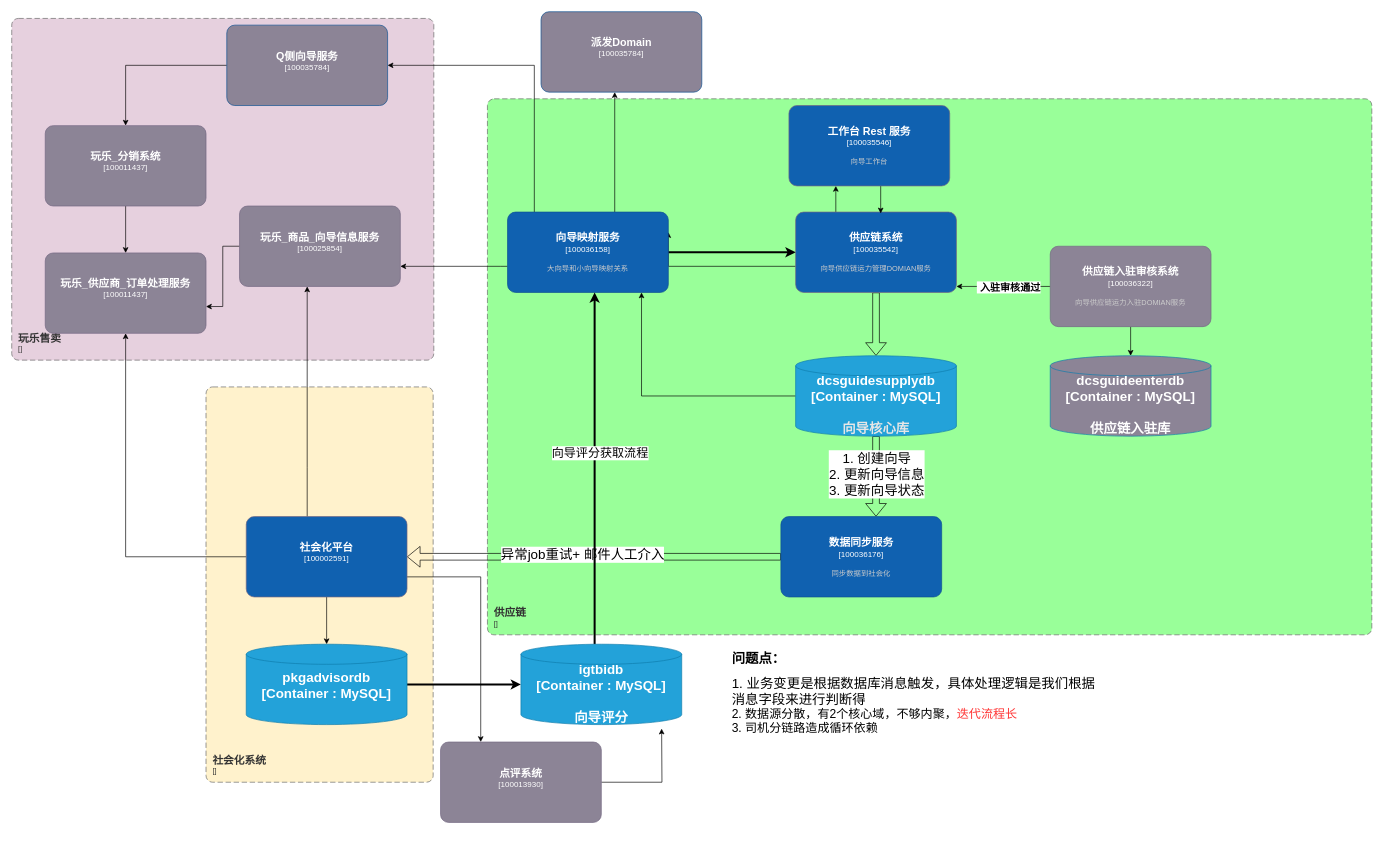
The draw.io diagram page "同步流程" (3 of 4) of 向导.drawio in leonwcy/test, before the edit. Source tidied: cells renumbered, new cells numbered last; positions are measured from the earlier drawing's top-left corner, leaving out a move shared by most shapes. Both pictures are drawn from the tidied source at 67%, with x=0, y=0 at pixel (11, 11).
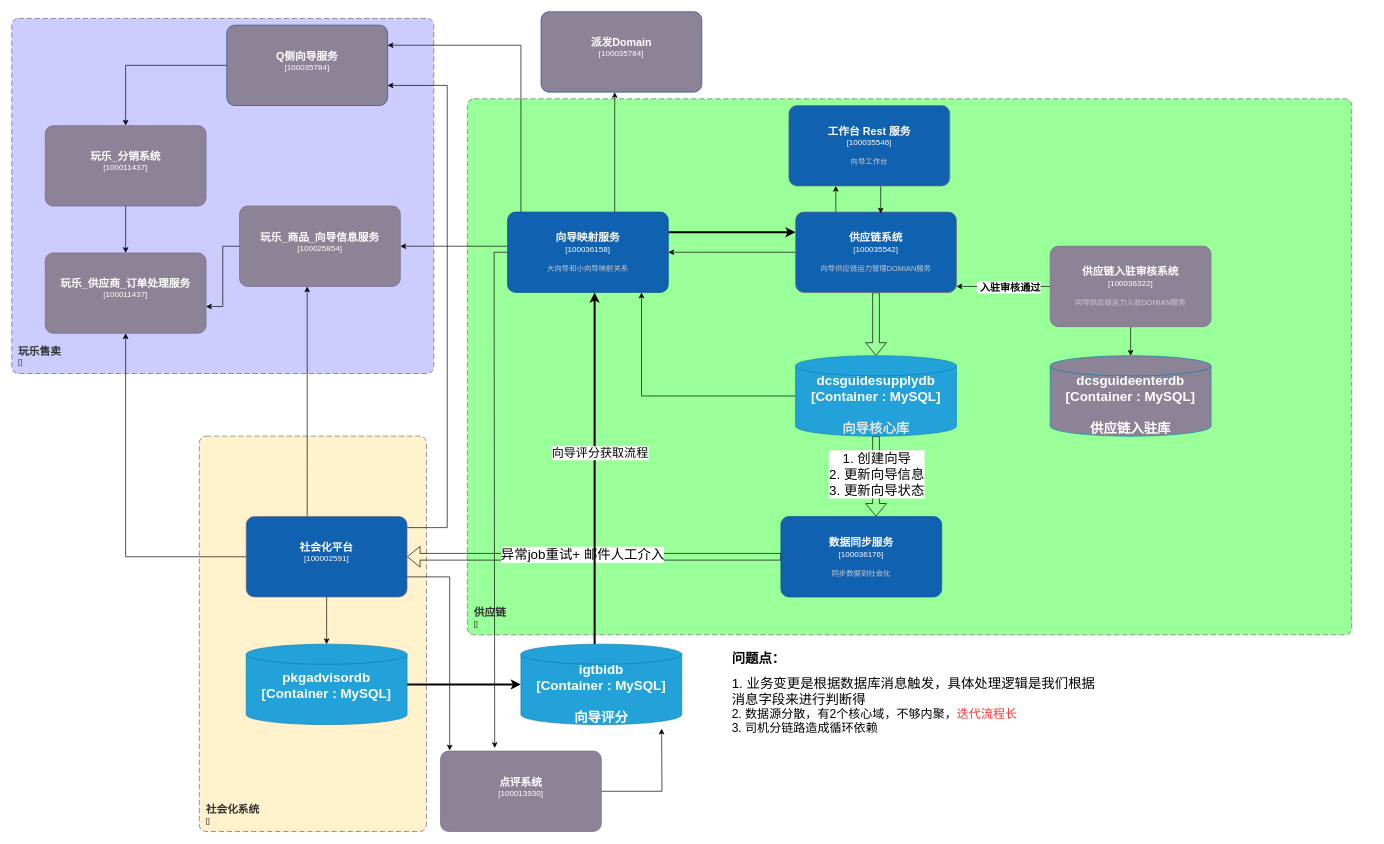
After the change.

Unchanged cells that the change refers to:
```xml
<object id="8" label="&lt;font style=&quot;font-size: 16px&quot;&gt;&lt;b&gt;%c4Name%&lt;/b&gt;&lt;/font&gt;&lt;div&gt;[%c4Type%]&lt;/div&gt;&lt;br&gt;&lt;div&gt;&lt;font style=&quot;font-size: 11px&quot;&gt;&lt;font color=&quot;#cccccc&quot;&gt;%c4Description%&lt;/font&gt;&lt;/div&gt;" c4Description="向导供应链运力管理DOMIAN服务" c4Name="供应链系统" c4Type="100035542" placeholders="1">
  <mxCell style="rounded=1;whiteSpace=wrap;html=1;labelBackgroundColor=none;fillColor=#1061B0;fontColor=#ffffff;align=center;arcSize=10;strokeColor=#736782;points=[[0.25,0,0],[0.5,0,0],[0.75,0,0],[1,0.25,0],[1,0.5,0],[1,0.75,0],[0.75,1,0],[0.5,1,0],[0.25,1,0],[0,0.75,0],[0,0.5,0],[0,0.25,0]];" parent="1" vertex="1">
    <mxGeometry x="1170" y="299" width="240" height="120" as="geometry" />
  </mxCell>
</object>
<object id="24" label="&lt;font style=&quot;font-size: 16px&quot;&gt;&lt;b&gt;%c4Name%&lt;/b&gt;&lt;/font&gt;&lt;div&gt;[%c4Type%]&lt;/div&gt;&lt;br&gt;&lt;div&gt;&lt;font style=&quot;font-size: 11px&quot;&gt;&lt;font color=&quot;#cccccc&quot;&gt;%c4Description%&lt;/font&gt;&lt;/div&gt;" c4Description="大向导和小向导映射关系" c4Name="向导映射服务" c4Type="100036158" placeholders="1">
  <mxCell style="rounded=1;whiteSpace=wrap;html=1;labelBackgroundColor=none;fillColor=#1061B0;fontColor=#ffffff;align=center;arcSize=10;strokeColor=#0D5091;points=[[0.25,0,0],[0.5,0,0],[0.75,0,0],[1,0.25,0],[1,0.5,0],[1,0.75,0],[0.75,1,0],[0.5,1,0],[0.25,1,0],[0,0.75,0],[0,0.5,0],[0,0.25,0]];" parent="1" vertex="1">
    <mxGeometry x="740" y="299" width="240" height="120" as="geometry" />
  </mxCell>
</object>
<object id="32" label="&lt;font style=&quot;font-size: 16px&quot;&gt;&lt;b&gt;%c4Name%&lt;/b&gt;&lt;/font&gt;&lt;div&gt;[%c4Type%]&lt;/div&gt;&lt;br&gt;&lt;div&gt;&lt;font style=&quot;font-size: 11px&quot;&gt;&lt;font color=&quot;#cccccc&quot;&gt;%c4Description%&lt;/font&gt;&lt;/div&gt;" c4Description="" c4Name="社会化平台" c4Type="100002591" placeholders="1">
  <mxCell style="rounded=1;whiteSpace=wrap;html=1;labelBackgroundColor=none;fillColor=#1061B0;fontColor=#ffffff;align=center;arcSize=10;strokeColor=#736782;points=[[0.25,0,0],[0.5,0,0],[0.75,0,0],[1,0.25,0],[1,0.5,0],[1,0.75,0],[0.75,1,0],[0.5,1,0],[0.25,1,0],[0,0.75,0],[0,0.5,0],[0,0.25,0]];" parent="1" vertex="1">
    <mxGeometry x="350" y="753.5" width="240" height="120" as="geometry" />
  </mxCell>
</object>
<object id="35" label="&lt;font style=&quot;font-size: 16px&quot;&gt;&lt;b&gt;%c4Name%&lt;/b&gt;&lt;/font&gt;&lt;div&gt;[%c4Type%]&lt;/div&gt;&lt;br&gt;&lt;div&gt;&lt;font style=&quot;font-size: 11px&quot;&gt;&lt;font color=&quot;#cccccc&quot;&gt;%c4Description%&lt;/font&gt;&lt;/div&gt;" c4Description="" c4Name="玩乐_商品_向导信息服务" c4Type="100025854" placeholders="1">
  <mxCell style="rounded=1;whiteSpace=wrap;html=1;labelBackgroundColor=none;fillColor=#8C8496;fontColor=#ffffff;align=center;arcSize=10;strokeColor=#736782;points=[[0.25,0,0],[0.5,0,0],[0.75,0,0],[1,0.25,0],[1,0.5,0],[1,0.75,0],[0.75,1,0],[0.5,1,0],[0.25,1,0],[0,0.75,0],[0,0.5,0],[0,0.25,0]];" parent="1" vertex="1">
    <mxGeometry x="340" y="290" width="240" height="120" as="geometry" />
  </mxCell>
</object>
<object id="42" label="&lt;font style=&quot;font-size: 16px&quot;&gt;&lt;b&gt;%c4Name%&lt;/b&gt;&lt;/font&gt;&lt;div&gt;[%c4Type%]&lt;/div&gt;&lt;br&gt;&lt;div&gt;&lt;font style=&quot;font-size: 11px&quot;&gt;&lt;font color=&quot;#cccccc&quot;&gt;%c4Description%&lt;/font&gt;&lt;/div&gt;" c4Description="向导工作台" c4Name="工作台 Rest 服务" c4Type="100035546" placeholders="1">
  <mxCell style="rounded=1;whiteSpace=wrap;html=1;labelBackgroundColor=none;fillColor=#1061B0;fontColor=#ffffff;align=center;arcSize=10;strokeColor=#736782;points=[[0.25,0,0],[0.5,0,0],[0.75,0,0],[1,0.25,0],[1,0.5,0],[1,0.75,0],[0.75,1,0],[0.5,1,0],[0.25,1,0],[0,0.75,0],[0,0.5,0],[0,0.25,0]];" parent="1" vertex="1">
    <mxGeometry x="1160" y="140" width="240" height="120" as="geometry" />
  </mxCell>
</object>
<object id="47" label="&lt;font style=&quot;font-size: 16px&quot;&gt;&lt;b&gt;%c4Name%&lt;/b&gt;&lt;/font&gt;&lt;div&gt;[%c4Type%]&lt;/div&gt;&lt;br&gt;&lt;div&gt;&lt;font style=&quot;font-size: 11px&quot;&gt;&lt;font color=&quot;#cccccc&quot;&gt;%c4Description%&lt;/font&gt;&lt;/div&gt;" c4Description="" c4Name="Q侧向导服务" c4Type="100035784" placeholders="1">
  <mxCell style="rounded=1;whiteSpace=wrap;html=1;labelBackgroundColor=none;fillColor=#8C8496;fontColor=#ffffff;align=center;arcSize=10;strokeColor=#0D5091;points=[[0.25,0,0],[0.5,0,0],[0.75,0,0],[1,0.25,0],[1,0.5,0],[1,0.75,0],[0.75,1,0],[0.5,1,0],[0.25,1,0],[0,0.75,0],[0,0.5,0],[0,0.25,0]];" parent="1" vertex="1">
    <mxGeometry x="321" y="20" width="240" height="120" as="geometry" />
  </mxCell>
</object>
```

The edit, as a diff of the source:
```diff
@@
     <object id="2" label="&lt;font style=&quot;font-size: 16px&quot;&gt;&lt;b&gt;&lt;div style=&quot;text-align: left&quot;&gt;%c4Name%&lt;/div&gt;&lt;/b&gt;&lt;/font&gt;&lt;div style=&quot;text-align: left&quot;&gt;[%c4Application%]&lt;/div&gt;" c4Application="" c4Name="社会化系统" placeholders="1">
       <mxCell style="rounded=1;fontSize=11;whiteSpace=wrap;html=1;dashed=1;arcSize=20;fillColor=#FFF2CC;strokeColor=#666666;fontColor=#333333;labelBackgroundColor=none;align=left;verticalAlign=bottom;labelBorderColor=none;spacingTop=0;spacing=10;dashPattern=8 4;perimeter=rectanglePerimeter;noLabel=0;labelPadding=0;absoluteArcSize=1;" parent="1" vertex="1">
-        <mxGeometry x="290" y="560" width="339" height="590" as="geometry" />
+        <mxGeometry x="280" y="633.5" width="339" height="590" as="geometry" />
       </mxCell>
     </object>
     <object id="3" label="&lt;font style=&quot;font-size: 16px&quot;&gt;&lt;b&gt;&lt;div style=&quot;text-align: left&quot;&gt;%c4Name%&lt;/div&gt;&lt;/b&gt;&lt;/font&gt;&lt;div style=&quot;text-align: left&quot;&gt;[%c4Application%]&lt;/div&gt;" c4Application="" c4Name="玩乐售卖" placeholders="1">
-      <mxCell style="rounded=1;fontSize=11;whiteSpace=wrap;html=1;dashed=1;arcSize=20;fillColor=#E6D0DE;strokeColor=#666666;fontColor=#333333;labelBackgroundColor=none;align=left;verticalAlign=bottom;labelBorderColor=none;spacingTop=0;spacing=10;dashPattern=8 4;perimeter=rectanglePerimeter;noLabel=0;labelPadding=0;absoluteArcSize=1;" parent="1" vertex="1">
-        <mxGeometry y="10" width="630" height="510" as="geometry" />
+      <mxCell style="rounded=1;fontSize=11;whiteSpace=wrap;html=1;dashed=1;arcSize=20;fillColor=#CCCCFF;strokeColor=#666666;fontColor=#333333;labelBackgroundColor=none;align=left;verticalAlign=bottom;labelBorderColor=none;spacingTop=0;spacing=10;dashPattern=8 4;perimeter=rectanglePerimeter;noLabel=0;labelPadding=0;absoluteArcSize=1;" parent="1" vertex="1">
+        <mxGeometry y="10" width="630" height="530" as="geometry" />
       </mxCell>
     </object>
     <object id="4" label="&lt;font style=&quot;font-size: 16px&quot;&gt;&lt;b&gt;&lt;div style=&quot;text-align: left&quot;&gt;%c4Name%&lt;/div&gt;&lt;/b&gt;&lt;/font&gt;&lt;div style=&quot;text-align: left&quot;&gt;[%c4Application%]&lt;/div&gt;" c4Application="" c4Name="供应链" placeholders="1">
       <mxCell style="rounded=1;fontSize=11;whiteSpace=wrap;html=1;dashed=1;arcSize=20;fillColor=#99FF99;strokeColor=#666666;fontColor=#333333;labelBackgroundColor=none;align=left;verticalAlign=bottom;labelBorderColor=none;spacingTop=0;spacing=10;dashPattern=8 4;perimeter=rectanglePerimeter;noLabel=0;labelPadding=0;absoluteArcSize=1;" parent="1" vertex="1">
-        <mxGeometry x="710" y="130" width="1320" height="800" as="geometry" />
+        <mxGeometry x="680" y="130" width="1320" height="800" as="geometry" />
       </mxCell>
     </object>
@@
+    <mxCell id="7" style="edgeStyle=orthogonalEdgeStyle;rounded=0;jettySize=auto;html=1;exitX=0.25;exitY=0;exitDx=0;exitDy=0;exitPerimeter=0;fontSize=15;" parent="1" edge="1" source="8" target="42">
+      <mxGeometry relative="1" as="geometry">
+        <Array as="points">
+          <mxPoint x="1230" y="250" />
+          <mxPoint x="1230" y="250" />
+        </Array>
+      </mxGeometry>
+    </mxCell>
-    <mxCell id="6" style="edgeStyle=orthogonalEdgeStyle;rounded=0;jettySize=auto;html=1;fontSize=15;fontColor=#000000;entryX=1;entryY=0.25;entryDx=0;entryDy=0;entryPerimeter=0;" parent="1" edge="1" source="8" target="24">
-      <mxGeometry relative="1" as="geometry">
-        <Array as="points">
-          <mxPoint x="1400" y="380" />
-          <mxPoint x="1400" y="380" />
-        </Array>
-      </mxGeometry>
+    <mxCell id="6" style="edgeStyle=orthogonalEdgeStyle;rounded=0;jettySize=auto;html=1;exitX=0;exitY=0.5;exitDx=0;exitDy=0;exitPerimeter=0;entryX=1;entryY=0.5;entryDx=0;entryDy=0;entryPerimeter=0;fontSize=20;fontColor=#000000;strokeWidth=1;" parent="1" edge="1" source="8" target="24">
+      <mxGeometry relative="1" as="geometry" />
     </mxCell>
-    <mxCell id="7" style="edgeStyle=orthogonalEdgeStyle;rounded=0;jettySize=auto;html=1;exitX=0.25;exitY=0;exitDx=0;exitDy=0;exitPerimeter=0;fontSize=15;" parent="1" edge="1" source="8" target="42">
-      <mxGeometry relative="1" as="geometry">
-        <Array as="points">
-          <mxPoint x="1230" y="250" />
-          <mxPoint x="1230" y="250" />
-        </Array>
-      </mxGeometry>
-    </mxCell>
@@
+    <mxCell id="50" style="edgeStyle=orthogonalEdgeStyle;rounded=0;jettySize=auto;html=1;entryX=0.337;entryY=-0.038;entryDx=0;entryDy=0;entryPerimeter=0;fontSize=20;fontColor=#000000;strokeWidth=1;" parent="1" edge="1" source="24" target="37">
+      <mxGeometry relative="1" as="geometry">
+        <Array as="points">
+          <mxPoint x="720" y="359" />
+          <mxPoint x="720" y="460" />
+        </Array>
+      </mxGeometry>
+    </mxCell>
+    <mxCell id="22" style="edgeStyle=orthogonalEdgeStyle;rounded=0;jettySize=auto;html=1;exitX=1;exitY=0.25;exitDx=0;exitDy=0;exitPerimeter=0;entryX=0;entryY=0.25;entryDx=0;entryDy=0;entryPerimeter=0;fontSize=20;fontColor=#000000;strokeWidth=3;" parent="1" edge="1" source="24" target="8">
+      <mxGeometry relative="1" as="geometry" />
+    </mxCell>
-    <mxCell id="21" style="edgeStyle=orthogonalEdgeStyle;rounded=0;jettySize=auto;html=1;entryX=1;entryY=0.75;entryDx=0;entryDy=0;entryPerimeter=0;fontSize=15;fontColor=#000000;" parent="1" edge="1" source="24" target="35">
+    <mxCell id="21" style="edgeStyle=orthogonalEdgeStyle;rounded=0;jettySize=auto;html=1;fontSize=20;fontColor=#000000;strokeWidth=1;" parent="1" edge="1" source="24" target="35">
       <mxGeometry relative="1" as="geometry">
         <Array as="points">
-          <mxPoint x="730" y="380" />
-          <mxPoint x="730" y="380" />
+          <mxPoint x="700" y="350" />
+          <mxPoint x="700" y="350" />
         </Array>
       </mxGeometry>
     </mxCell>
-    <mxCell id="22" style="edgeStyle=orthogonalEdgeStyle;rounded=0;jettySize=auto;html=1;fontSize=15;strokeWidth=3;" parent="1" edge="1" source="24" target="8">
-      <mxGeometry relative="1" as="geometry" />
-    </mxCell>
-    <mxCell id="23" style="edgeStyle=orthogonalEdgeStyle;rounded=0;jettySize=auto;html=1;exitX=0.75;exitY=0;exitDx=0;exitDy=0;exitPerimeter=0;fontSize=18;fontColor=#000000;strokeWidth=1;" parent="1" edge="1" source="24" target="47">
+    <mxCell id="23" style="edgeStyle=orthogonalEdgeStyle;rounded=0;jettySize=auto;html=1;entryX=1;entryY=0.25;entryDx=0;entryDy=0;entryPerimeter=0;fontSize=20;fontColor=#000000;strokeWidth=1;" parent="1" edge="1" source="24" target="47">
       <mxGeometry relative="1" as="geometry">
         <Array as="points">
-          <mxPoint x="780" y="350" />
-          <mxPoint x="780" y="80" />
+          <mxPoint x="760" y="50" />
         </Array>
       </mxGeometry>
     </mxCell>
@@
-    <mxCell id="30" style="edgeStyle=orthogonalEdgeStyle;rounded=0;jettySize=auto;html=1;exitX=1;exitY=0.75;exitDx=0;exitDy=0;exitPerimeter=0;entryX=0.25;entryY=0;entryDx=0;entryDy=0;entryPerimeter=0;fontSize=18;fontColor=#000000;strokeWidth=1;" parent="1" edge="1" source="32" target="37">
-      <mxGeometry relative="1" as="geometry" />
+    <mxCell id="30" style="edgeStyle=orthogonalEdgeStyle;rounded=0;jettySize=auto;html=1;exitX=1;exitY=0.75;exitDx=0;exitDy=0;exitPerimeter=0;entryX=0.057;entryY=-0.008;entryDx=0;entryDy=0;entryPerimeter=0;fontSize=18;fontColor=#000000;strokeWidth=1;" parent="1" edge="1" source="32" target="37">
+      <mxGeometry relative="1" as="geometry">
+        <Array as="points">
+          <mxPoint x="654" y="844" />
+        </Array>
+      </mxGeometry>
     </mxCell>
@@
+    <mxCell id="51" style="edgeStyle=orthogonalEdgeStyle;rounded=0;jettySize=auto;html=1;fontSize=20;fontColor=#000000;strokeWidth=1;" parent="1" edge="1" source="32" target="47">
+      <mxGeometry relative="1" as="geometry">
+        <Array as="points">
+          <mxPoint x="650" y="770" />
+          <mxPoint x="650" y="110" />
+        </Array>
+      </mxGeometry>
+    </mxCell>
@@
     <object id="37" label="&lt;font style=&quot;font-size: 16px&quot;&gt;&lt;b&gt;%c4Name%&lt;/b&gt;&lt;/font&gt;&lt;div&gt;[%c4Type%]&lt;/div&gt;&lt;br&gt;&lt;div&gt;&lt;font style=&quot;font-size: 11px&quot;&gt;&lt;font color=&quot;#cccccc&quot;&gt;%c4Description%&lt;/font&gt;&lt;/div&gt;" c4Description="" c4Name="点评系统" c4Type="100013930" placeholders="1">
       <mxCell style="rounded=1;whiteSpace=wrap;html=1;labelBackgroundColor=none;fillColor=#8C8496;fontColor=#ffffff;align=center;arcSize=10;strokeColor=#736782;points=[[0.25,0,0],[0.5,0,0],[0.75,0,0],[1,0.25,0],[1,0.5,0],[1,0.75,0],[0.75,1,0],[0.5,1,0],[0.25,1,0],[0,0.75,0],[0,0.5,0],[0,0.25,0]];" parent="1" vertex="1">
-        <mxGeometry x="640" y="1090" width="240" height="120" as="geometry" />
+        <mxGeometry x="640" y="1103.5" width="240" height="120" as="geometry" />
       </mxCell>
     </object>
```
